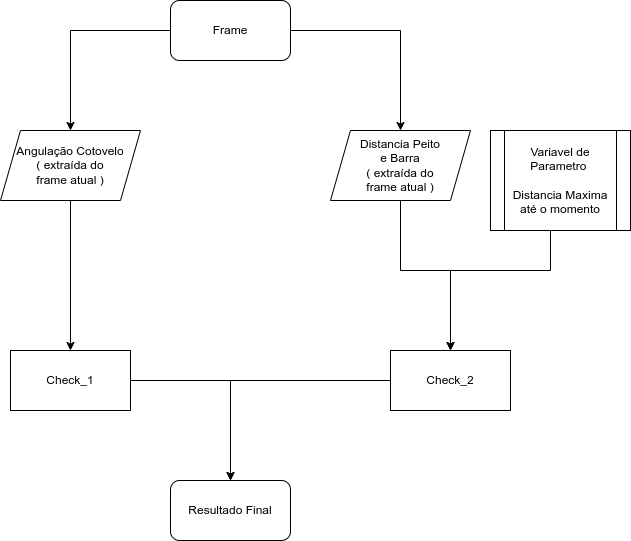
Before: Textual/template-latex/figuras/diagrama/extensão.png, a diagram exported from draw.io (le314u/TCC). Source tidied: cells renumbered, new cells last; positions are measured from the earlier drawing's top-left corner, leaving out a move shared by most shapes. Its diagram source:
```xml
<mxGraphModel>
  <root>
    <mxCell id="0" />
    <mxCell id="1" parent="0" />
    <mxCell id="2" style="edgeStyle=orthogonalEdgeStyle;rounded=0;jettySize=auto;html=1;entryX=0.5;entryY=0;entryDx=0;entryDy=0;" parent="1" edge="1" source="4" target="10">
      <mxGeometry relative="1" as="geometry" />
    </mxCell>
    <mxCell id="3" style="edgeStyle=orthogonalEdgeStyle;rounded=0;jettySize=auto;html=1;exitX=1;exitY=0.5;exitDx=0;exitDy=0;entryX=0.5;entryY=0;entryDx=0;entryDy=0;" parent="1" edge="1" source="4" target="12">
      <mxGeometry relative="1" as="geometry" />
    </mxCell>
    <mxCell id="4" value="Frame" style="rounded=1;whiteSpace=wrap;html=1;" parent="1" vertex="1">
      <mxGeometry x="170" width="120" height="60" as="geometry" />
    </mxCell>
    <mxCell id="5" style="edgeStyle=orthogonalEdgeStyle;rounded=0;jettySize=auto;html=1;entryX=0.5;entryY=0;entryDx=0;entryDy=0;" parent="1" edge="1" source="6" target="13">
      <mxGeometry relative="1" as="geometry">
        <Array as="points">
          <mxPoint x="230" y="380" />
        </Array>
      </mxGeometry>
    </mxCell>
    <mxCell id="6" value="Check_1" style="rounded=0;whiteSpace=wrap;html=1;" parent="1" vertex="1">
      <mxGeometry x="10" y="350" width="120" height="60" as="geometry" />
    </mxCell>
    <mxCell id="7" style="edgeStyle=orthogonalEdgeStyle;rounded=0;jettySize=auto;html=1;entryX=0.5;entryY=0;entryDx=0;entryDy=0;" parent="1" edge="1" source="8" target="13">
      <mxGeometry relative="1" as="geometry" />
    </mxCell>
    <mxCell id="8" value="Check_2" style="rounded=0;whiteSpace=wrap;html=1;" parent="1" vertex="1">
      <mxGeometry x="390" y="350" width="120" height="60" as="geometry" />
    </mxCell>
    <mxCell id="9" style="edgeStyle=orthogonalEdgeStyle;rounded=0;jettySize=auto;html=1;entryX=0.5;entryY=0;entryDx=0;entryDy=0;" parent="1" edge="1" source="10" target="6">
      <mxGeometry relative="1" as="geometry" />
    </mxCell>
    <mxCell id="10" value="Angulação Cotovelo&lt;br&gt;( extraída do&lt;br style=&quot;border-color: var(--border-color);&quot;&gt;frame atual )" style="shape=parallelogram;perimeter=parallelogramPerimeter;whiteSpace=wrap;html=1;fixedSize=1;" parent="1" vertex="1">
      <mxGeometry y="130" width="140" height="70" as="geometry" />
    </mxCell>
    <mxCell id="11" style="edgeStyle=orthogonalEdgeStyle;rounded=0;jettySize=auto;html=1;entryX=0.5;entryY=0;entryDx=0;entryDy=0;exitX=0.5;exitY=1;exitDx=0;exitDy=0;" parent="1" edge="1" source="12" target="8">
      <mxGeometry relative="1" as="geometry">
        <Array as="points">
          <mxPoint x="400" y="270" />
          <mxPoint x="450" y="270" />
        </Array>
      </mxGeometry>
    </mxCell>
    <mxCell id="12" value="Distancia Peito &lt;br&gt;e Barra&lt;br&gt;( extraída do &lt;br&gt;frame atual )" style="shape=parallelogram;perimeter=parallelogramPerimeter;whiteSpace=wrap;html=1;fixedSize=1;" parent="1" vertex="1">
      <mxGeometry x="330" y="130" width="140" height="70" as="geometry" />
    </mxCell>
    <mxCell id="13" value="Resultado Final" style="rounded=1;whiteSpace=wrap;html=1;" parent="1" vertex="1">
      <mxGeometry x="170" y="480" width="120" height="60" as="geometry" />
    </mxCell>
    <mxCell id="14" style="edgeStyle=orthogonalEdgeStyle;rounded=0;jettySize=auto;html=1;entryX=0.5;entryY=0;entryDx=0;entryDy=0;" parent="1" edge="1" source="15" target="8">
      <mxGeometry relative="1" as="geometry">
        <Array as="points">
          <mxPoint x="550" y="270" />
          <mxPoint x="450" y="270" />
          <mxPoint x="450" y="340" />
        </Array>
      </mxGeometry>
    </mxCell>
    <mxCell id="15" value="Variavel de Parametro&amp;nbsp;&lt;br&gt;&lt;br&gt;Distancia Maxima até o momento" style="shape=process;whiteSpace=wrap;html=1;backgroundOutline=1;" parent="1" vertex="1">
      <mxGeometry x="490" y="130" width="140" height="100" as="geometry" />
    </mxCell>
  </root>
</mxGraphModel>
```
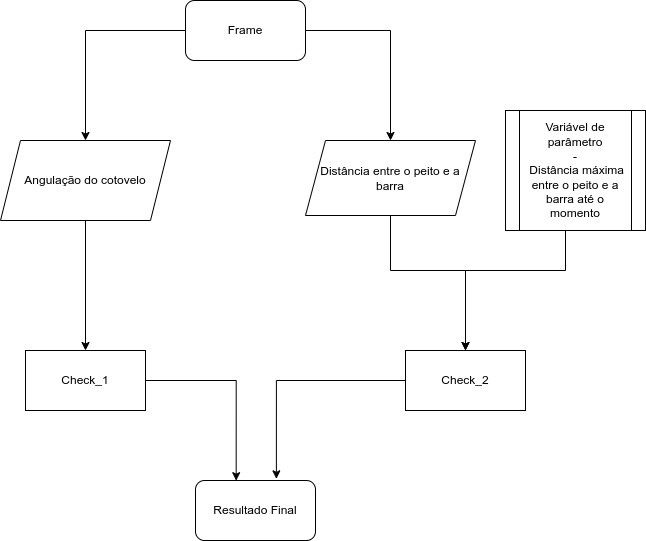
The same diagram one commit later.

The edit, as a diff of the source:
```diff
@@ -11,17 +11,13 @@
     <mxCell id="4" value="Frame" style="rounded=1;whiteSpace=wrap;html=1;" parent="1" vertex="1">
       <mxGeometry x="170" width="120" height="60" as="geometry" />
     </mxCell>
-    <mxCell id="5" style="edgeStyle=orthogonalEdgeStyle;rounded=0;jettySize=auto;html=1;entryX=0.5;entryY=0;entryDx=0;entryDy=0;" parent="1" edge="1" source="6" target="13">
-      <mxGeometry relative="1" as="geometry">
-        <Array as="points">
-          <mxPoint x="230" y="380" />
-        </Array>
-      </mxGeometry>
+    <mxCell id="5" style="edgeStyle=orthogonalEdgeStyle;rounded=0;jettySize=auto;html=1;entryX=0.339;entryY=0.003;entryDx=0;entryDy=0;entryPerimeter=0;" parent="1" edge="1" source="6" target="13">
+      <mxGeometry relative="1" as="geometry" />
     </mxCell>
     <mxCell id="6" value="Check_1" style="rounded=0;whiteSpace=wrap;html=1;" parent="1" vertex="1">
       <mxGeometry x="10" y="350" width="120" height="60" as="geometry" />
     </mxCell>
-    <mxCell id="7" style="edgeStyle=orthogonalEdgeStyle;rounded=0;jettySize=auto;html=1;entryX=0.5;entryY=0;entryDx=0;entryDy=0;" parent="1" edge="1" source="8" target="13">
+    <mxCell id="7" style="edgeStyle=orthogonalEdgeStyle;rounded=0;jettySize=auto;html=1;entryX=0.674;entryY=-0.028;entryDx=0;entryDy=0;entryPerimeter=0;" parent="1" edge="1" source="8" target="13">
       <mxGeometry relative="1" as="geometry" />
     </mxCell>
     <mxCell id="8" value="Check_2" style="rounded=0;whiteSpace=wrap;html=1;" parent="1" vertex="1">
@@ -30,22 +26,22 @@
     <mxCell id="9" style="edgeStyle=orthogonalEdgeStyle;rounded=0;jettySize=auto;html=1;entryX=0.5;entryY=0;entryDx=0;entryDy=0;" parent="1" edge="1" source="10" target="6">
       <mxGeometry relative="1" as="geometry" />
     </mxCell>
-    <mxCell id="10" value="Angulação Cotovelo&lt;br&gt;( extraída do&lt;br style=&quot;border-color: var(--border-color);&quot;&gt;frame atual )" style="shape=parallelogram;perimeter=parallelogramPerimeter;whiteSpace=wrap;html=1;fixedSize=1;" parent="1" vertex="1">
-      <mxGeometry y="130" width="140" height="70" as="geometry" />
+    <mxCell id="10" value="Angulação do cotovelo" style="shape=parallelogram;perimeter=parallelogramPerimeter;whiteSpace=wrap;html=1;fixedSize=1;" parent="1" vertex="1">
+      <mxGeometry x="-15" y="140" width="170" height="80" as="geometry" />
     </mxCell>
     <mxCell id="11" style="edgeStyle=orthogonalEdgeStyle;rounded=0;jettySize=auto;html=1;entryX=0.5;entryY=0;entryDx=0;entryDy=0;exitX=0.5;exitY=1;exitDx=0;exitDy=0;" parent="1" edge="1" source="12" target="8">
       <mxGeometry relative="1" as="geometry">
         <Array as="points">
-          <mxPoint x="400" y="270" />
+          <mxPoint x="375" y="270" />
           <mxPoint x="450" y="270" />
         </Array>
       </mxGeometry>
     </mxCell>
-    <mxCell id="12" value="Distancia Peito &lt;br&gt;e Barra&lt;br&gt;( extraída do &lt;br&gt;frame atual )" style="shape=parallelogram;perimeter=parallelogramPerimeter;whiteSpace=wrap;html=1;fixedSize=1;" parent="1" vertex="1">
-      <mxGeometry x="330" y="130" width="140" height="70" as="geometry" />
+    <mxCell id="12" value="Distância entre o peito e a barra" style="shape=parallelogram;perimeter=parallelogramPerimeter;whiteSpace=wrap;html=1;fixedSize=1;" parent="1" vertex="1">
+      <mxGeometry x="290" y="140" width="170" height="75" as="geometry" />
     </mxCell>
     <mxCell id="13" value="Resultado Final" style="rounded=1;whiteSpace=wrap;html=1;" parent="1" vertex="1">
-      <mxGeometry x="170" y="480" width="120" height="60" as="geometry" />
+      <mxGeometry x="180" y="480" width="120" height="60" as="geometry" />
     </mxCell>
     <mxCell id="14" style="edgeStyle=orthogonalEdgeStyle;rounded=0;jettySize=auto;html=1;entryX=0.5;entryY=0;entryDx=0;entryDy=0;" parent="1" edge="1" source="15" target="8">
       <mxGeometry relative="1" as="geometry">
@@ -56,8 +52,8 @@
         </Array>
       </mxGeometry>
     </mxCell>
-    <mxCell id="15" value="Variavel de Parametro&amp;nbsp;&lt;br&gt;&lt;br&gt;Distancia Maxima até o momento" style="shape=process;whiteSpace=wrap;html=1;backgroundOutline=1;" parent="1" vertex="1">
-      <mxGeometry x="490" y="130" width="140" height="100" as="geometry" />
+    <mxCell id="15" value="Variável de parâmetro&lt;br&gt;-&lt;br&gt;&amp;nbsp;Distância máxima entre o peito e a barra até o momento" style="shape=process;whiteSpace=wrap;html=1;backgroundOutline=1;" parent="1" vertex="1">
+      <mxGeometry x="490" y="110" width="140" height="120" as="geometry" />
     </mxCell>
   </root>
 </mxGraphModel>
```
